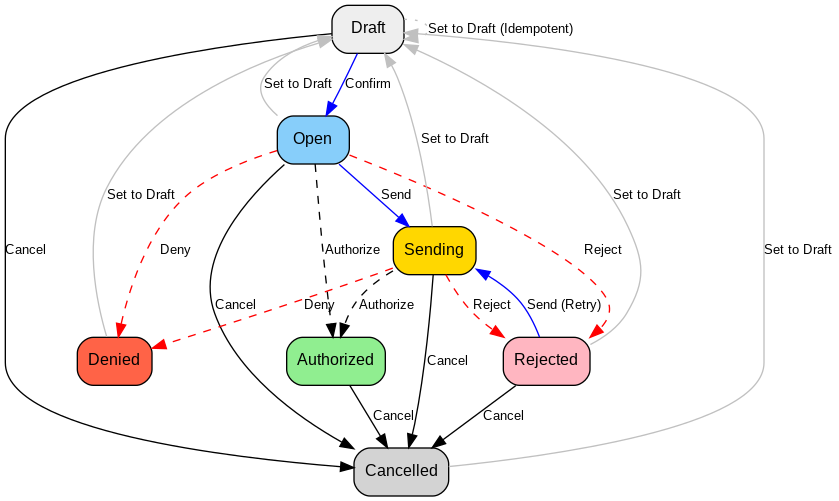
Earlier version of the Graphviz export l10n_br_fiscal_edi/static/description/fsm_graph.png (OCA/l10n-brazil). Its source is kept beside it as l10n_br_fiscal_edi/static/description/fsm_graph.dot. Source of this version:
```dot
digraph FSM {
    rankdir=TB;
    node [shape=box, style="rounded,filled", fontname="Arial", fontsize=12];
    edge [fontname="Arial", fontsize=10];

    draft [fillcolor="#eeeeee", label="Draft"];
    open [fillcolor="#87cefa", label="Open"];
    sending [fillcolor="#ffd700", label="Sending"];
    authorized [fillcolor="#90ee90", label="Authorized"];
    rejected [fillcolor="#ffb6c1", label="Rejected"];
    denied [fillcolor="#ff6347", label="Denied"];
    cancel [fillcolor="#d3d3d3", label="Cancelled"];

    # Transitions
    draft -> open [label="Confirm", color="blue"];

    open -> sending [label="Send", color="blue"];
    rejected -> sending [label="Send (Retry)", color="blue"];

    sending -> authorized [label="Authorize", style="dashed"];
    open -> authorized [label="Authorize", style="dashed"];

    sending -> rejected [label="Reject", style="dashed", color="red"];
    open -> rejected [label="Reject", style="dashed", color="red"];

    sending -> denied [label="Deny", style="dashed", color="red"];
    open -> denied [label="Deny", style="dashed", color="red"];

    authorized -> cancel [label="Cancel", color="black"];
    open -> cancel [label="Cancel", color="black"];
    rejected -> cancel [label="Cancel", color="black"];
    draft -> cancel [label="Cancel", color="black"];
    sending -> cancel [label="Cancel", color="black"];

    open -> draft [label="Set to Draft", color="gray"];
    sending -> draft [label="Set to Draft", color="gray"];
    rejected -> draft [label="Set to Draft", color="gray"];
    cancel -> draft [label="Set to Draft", color="gray"];
    denied -> draft [label="Set to Draft", color="gray"];
    draft -> draft [label="Set to Draft (Idempotent)", style="dotted", color="gray"];
}
```
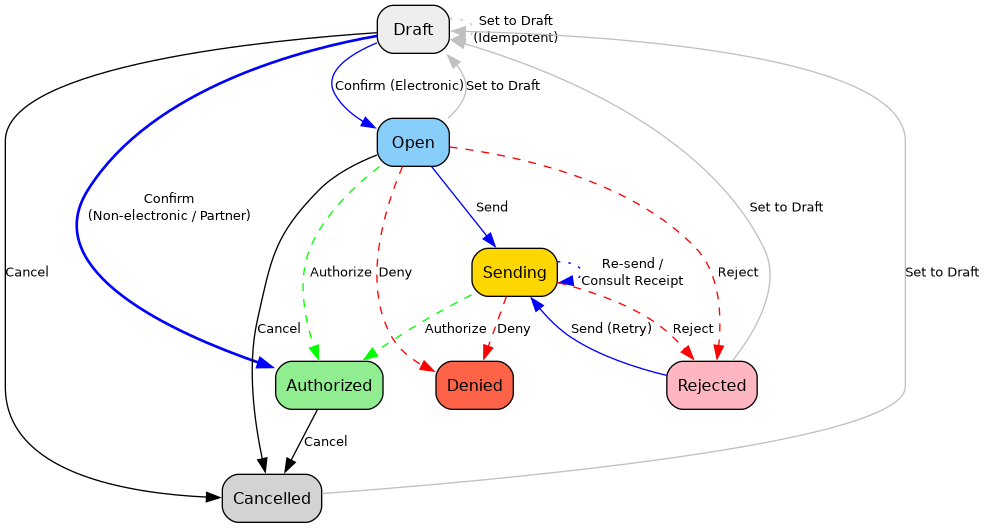
After the commit.

Commit message:
[FIX] l10n_br_fiscal_edi: update FSM graph to match current transitions

Remove 4 dangerous edges removed today (rejected->cancel, sending->cancel,
sending->draft, denied->draft) and add 2 new edges (draft->authorized for
non-electronic/partner docs, sending->sending for re-send/consult receipt).
The draft->draft self-loop is kept as an idempotency note (handled by early
return in action_document_back2draft).

(cherry picked from commit 996bc627e625d7c8bb638e2dc2a6bc5024064a98)

What changed in the source:
```diff
@@ -11,31 +11,33 @@
     denied [fillcolor="#ff6347", label="Denied"];
     cancel [fillcolor="#d3d3d3", label="Cancelled"];
 
-    # Transitions
-    draft -> open [label="Confirm", color="blue"];
+    # Confirm
+    draft -> open [label="Confirm (Electronic)", color="blue"];
+    draft -> authorized [label="Confirm\n(Non-electronic / Partner)", color="blue", style="bold"];
 
+    # Send / Re-send
     open -> sending [label="Send", color="blue"];
     rejected -> sending [label="Send (Retry)", color="blue"];
+    sending -> sending [label="Re-send /\nConsult Receipt", color="blue", style="dotted"];
 
-    sending -> authorized [label="Authorize", style="dashed"];
-    open -> authorized [label="Authorize", style="dashed"];
+    # Authorization
+    sending -> authorized [label="Authorize", style="dashed", color="green"];
+    open -> authorized [label="Authorize", style="dashed", color="green"];
 
+    # Rejection / Denial
     sending -> rejected [label="Reject", style="dashed", color="red"];
     open -> rejected [label="Reject", style="dashed", color="red"];
-
     sending -> denied [label="Deny", style="dashed", color="red"];
     open -> denied [label="Deny", style="dashed", color="red"];
 
+    # Cancel
     authorized -> cancel [label="Cancel", color="black"];
     open -> cancel [label="Cancel", color="black"];
-    rejected -> cancel [label="Cancel", color="black"];
     draft -> cancel [label="Cancel", color="black"];
-    sending -> cancel [label="Cancel", color="black"];
 
+    # Back to Draft
     open -> draft [label="Set to Draft", color="gray"];
-    sending -> draft [label="Set to Draft", color="gray"];
     rejected -> draft [label="Set to Draft", color="gray"];
     cancel -> draft [label="Set to Draft", color="gray"];
-    denied -> draft [label="Set to Draft", color="gray"];
-    draft -> draft [label="Set to Draft (Idempotent)", style="dotted", color="gray"];
+    draft -> draft [label="Set to Draft\n(Idempotent)", style="dotted", color="gray"];
 }
```
